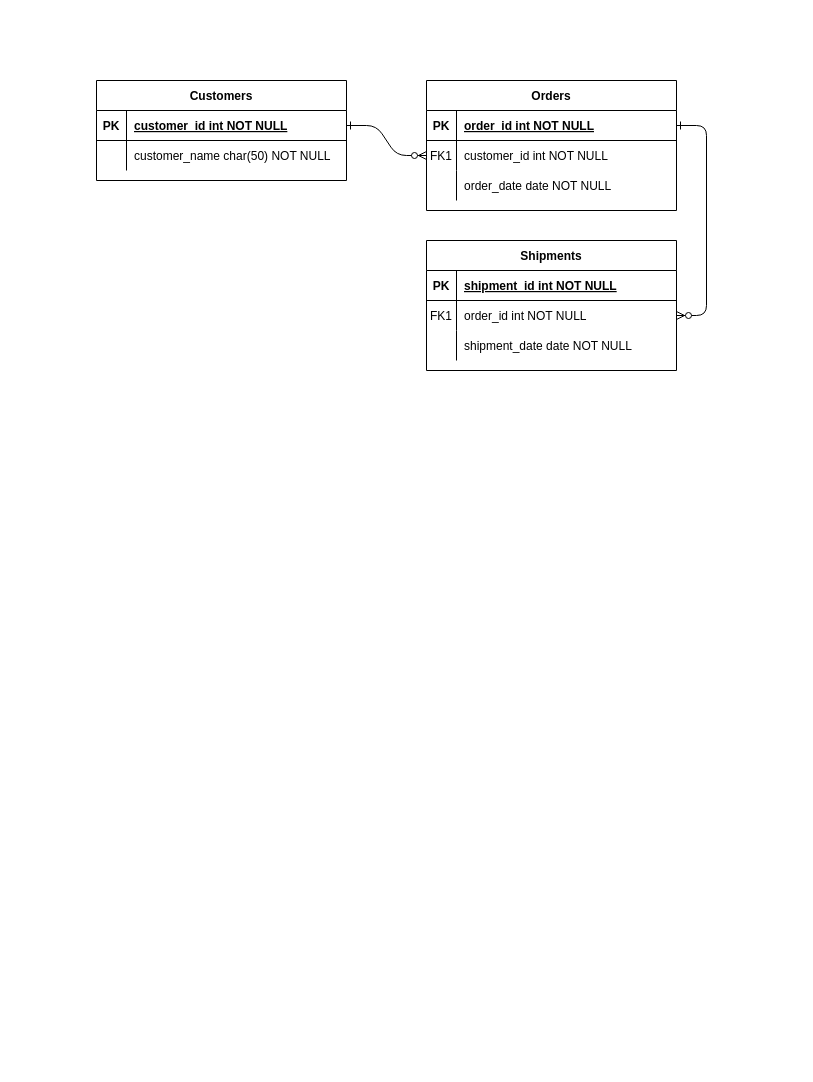
Earlier version of the draw.io diagram LightBnB.drawio (SorrenJ/LightBnB). Source tidied: cells renumbered, new cells numbered last; positions are measured from the earlier drawing's top-left corner, leaving out a move shared by most shapes. Both pictures are drawn from the tidied source at 100%, with x=0, y=0 at pixel (96, 80).
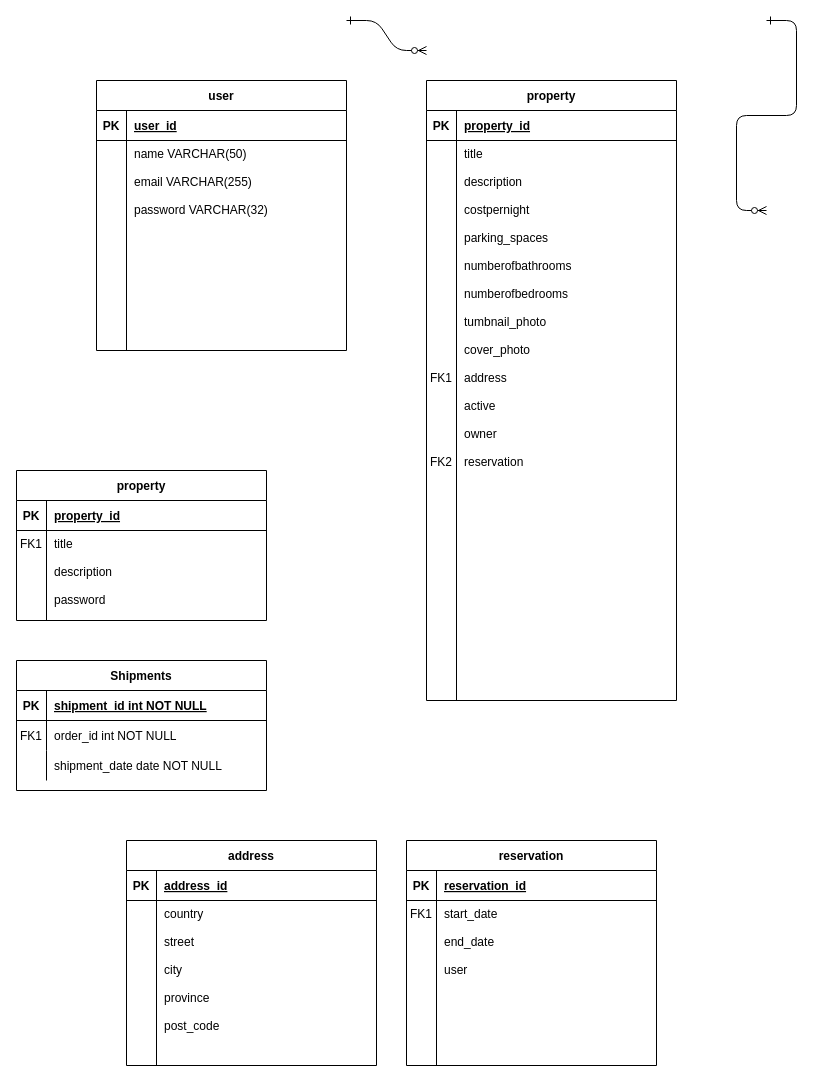
Above is the later version.

The change refers to these unchanged cells:
```xml
<mxCell id="5" style="shape=partialRectangle;fillColor=none;points=[[0,0.5],[1,0.5]];portConstraint=eastwest;top=0;left=0;right=0;bottom=1;" parent="4" vertex="1">
  <mxGeometry y="30" width="250" height="30" as="geometry" />
</mxCell>
<mxCell id="18" style="shape=partialRectangle;fillColor=none;points=[[0,0.5],[1,0.5]];portConstraint=eastwest;top=0;left=0;right=0;bottom=0;" parent="14" vertex="1">
  <mxGeometry y="60" width="250" height="30" as="geometry" />
</mxCell>
<mxCell id="25" style="shape=partialRectangle;fillColor=none;points=[[0,0.5],[1,0.5]];portConstraint=eastwest;top=0;left=0;right=0;bottom=1;" parent="24" vertex="1">
  <mxGeometry y="30" width="250" height="30" as="geometry" />
</mxCell>
```

The edit, as a diff of the source:
```diff
@@
-    <mxCell id="2" style="edgeStyle=entityRelationEdgeStyle;endArrow=ERzeroToMany;startArrow=ERone;endFill=1;startFill=0;" parent="1" edge="1" source="25" target="8">
-      <mxGeometry relative="1" as="geometry" />
+    <mxCell id="2" style="edgeStyle=entityRelationEdgeStyle;endArrow=ERzeroToMany;startArrow=ERone;endFill=1;startFill=0;" parent="1" edge="1">
+      <mxGeometry relative="1" as="geometry">
+        <mxPoint x="250" y="-60" as="sourcePoint" />
+        <mxPoint x="330" y="-30" as="targetPoint" />
+      </mxGeometry>
     </mxCell>
-    <mxCell id="3" style="edgeStyle=entityRelationEdgeStyle;endArrow=ERzeroToMany;startArrow=ERone;endFill=1;startFill=0;" parent="1" edge="1" source="5" target="18">
-      <mxGeometry relative="1" as="geometry" />
+    <mxCell id="3" style="edgeStyle=entityRelationEdgeStyle;endArrow=ERzeroToMany;startArrow=ERone;endFill=1;startFill=0;" parent="1" edge="1">
+      <mxGeometry relative="1" as="geometry">
+        <mxPoint x="670" y="-60" as="sourcePoint" />
+        <mxPoint x="670" y="130" as="targetPoint" />
+      </mxGeometry>
     </mxCell>
-    <mxCell id="4" value="Orders" style="shape=table;startSize=30;childLayout=tableLayout;rowLines=0;fontStyle=1;align=center;" parent="1" vertex="1">
-      <mxGeometry x="330" width="250" height="130" as="geometry" />
+    <mxCell id="4" value="property" style="shape=table;startSize=30;childLayout=tableLayout;rowLines=0;fontStyle=1;align=center;" parent="1" vertex="1">
+      <mxGeometry x="330" width="250" height="620" as="geometry" />
     </mxCell>
@@
-    <mxCell id="7" value="order_id int NOT NULL " style="shape=partialRectangle;overflow=hidden;fillColor=none;top=0;left=0;bottom=0;right=0;align=left;spacingLeft=6;fontStyle=5;" parent="5" vertex="1">
+    <mxCell id="7" value="property_id" style="shape=partialRectangle;overflow=hidden;fillColor=none;top=0;left=0;bottom=0;right=0;align=left;spacingLeft=6;fontStyle=5;" parent="5" vertex="1">
       <mxGeometry x="30" width="220" height="30" as="geometry" />
     </mxCell>
     <mxCell id="8" style="shape=partialRectangle;fillColor=none;points=[[0,0.5],[1,0.5]];portConstraint=eastwest;top=0;left=0;right=0;bottom=0;" parent="4" vertex="1">
-      <mxGeometry y="60" width="250" height="30" as="geometry" />
+      <mxGeometry y="60" width="250" height="560" as="geometry" />
     </mxCell>
-    <mxCell id="9" value="FK1" style="shape=partialRectangle;overflow=hidden;fillColor=none;top=0;left=0;bottom=0;right=0;" parent="8" vertex="1">
-      <mxGeometry width="30" height="30" as="geometry" />
+    <mxCell id="9" value="&#10;&#10;&#10;&#10;&#10;&#10;&#10;&#10;&#10;&#10;&#10;&#10;&#10;&#10;&#10;&#10;FK1&#10;&#10;&#10;&#10;&#10;&#10;FK2&#10;&#10;&#10;" style="shape=partialRectangle;overflow=hidden;fillColor=none;top=0;left=0;bottom=0;right=0;verticalAlign=top;" parent="8" vertex="1">
+      <mxGeometry width="30" height="560" as="geometry" />
     </mxCell>
-    <mxCell id="10" value="customer_id int NOT NULL" style="shape=partialRectangle;overflow=hidden;fillColor=none;top=0;left=0;bottom=0;right=0;align=left;spacingLeft=6;" parent="8" vertex="1">
-      <mxGeometry x="30" width="220" height="30" as="geometry" />
+    <mxCell id="10" value="title&#10;&#10;description&#10;&#10;costpernight&#10;&#10;parking_spaces&#10;&#10;numberofbathrooms&#10;&#10;numberofbedrooms&#10;&#10;tumbnail_photo&#10;&#10;cover_photo&#10;&#10;address&#10;&#10;active&#10;&#10;owner&#10;&#10;reservation&#10;&#10;" style="shape=partialRectangle;overflow=hidden;fillColor=none;top=0;left=0;bottom=0;right=0;align=left;spacingLeft=6;verticalAlign=top;" parent="8" vertex="1">
+      <mxGeometry x="30" width="220" height="560" as="geometry" />
     </mxCell>
-    <mxCell id="11" style="shape=partialRectangle;fillColor=none;top=0;left=0;right=0;bottom=0;" parent="4" vertex="1">
-      <mxGeometry y="90" width="250" height="30" as="geometry" />
-    </mxCell>
-    <mxCell id="12" style="shape=partialRectangle;overflow=hidden;fillColor=none;top=0;left=0;bottom=0;right=0;" parent="11" vertex="1">
-      <mxGeometry width="30" height="30" as="geometry" />
-    </mxCell>
-    <mxCell id="13" value="order_date date NOT NULL" style="shape=partialRectangle;overflow=hidden;fillColor=none;top=0;left=0;bottom=0;right=0;align=left;spacingLeft=6;" parent="11" vertex="1">
-      <mxGeometry x="30" width="220" height="30" as="geometry" />
-    </mxCell>
     <mxCell id="14" value="Shipments" style="shape=table;startSize=30;childLayout=tableLayout;rowLines=0;fontStyle=1;align=center;" parent="1" vertex="1">
-      <mxGeometry x="330" y="160" width="250" height="130" as="geometry" />
+      <mxGeometry x="-80" y="580" width="250" height="130" as="geometry" />
     </mxCell>
@@
-    <mxCell id="24" value="Customers" style="shape=table;startSize=30;childLayout=tableLayout;rowLines=0;fontStyle=1;align=center;" parent="1" vertex="1">
-      <mxGeometry width="250" height="100" as="geometry" />
+    <mxCell id="24" value="user" style="shape=table;startSize=30;childLayout=tableLayout;rowLines=0;fontStyle=1;align=center;" parent="1" vertex="1">
+      <mxGeometry width="250" height="270" as="geometry" />
     </mxCell>
@@
-    <mxCell id="27" value="customer_id int NOT NULL " style="shape=partialRectangle;overflow=hidden;fillColor=none;top=0;left=0;bottom=0;right=0;align=left;spacingLeft=6;fontStyle=5;" parent="25" vertex="1">
+    <mxCell id="27" value="user_id" style="shape=partialRectangle;overflow=hidden;fillColor=none;top=0;left=0;bottom=0;right=0;align=left;spacingLeft=6;fontStyle=5;" parent="25" vertex="1">
       <mxGeometry x="30" width="220" height="30" as="geometry" />
     </mxCell>
     <mxCell id="28" style="shape=partialRectangle;fillColor=none;top=0;left=0;right=0;bottom=0;" parent="24" vertex="1">
-      <mxGeometry y="60" width="250" height="30" as="geometry" />
+      <mxGeometry y="60" width="250" height="210" as="geometry" />
     </mxCell>
     <mxCell id="29" style="shape=partialRectangle;overflow=hidden;fillColor=none;top=0;left=0;bottom=0;right=0;" parent="28" vertex="1">
-      <mxGeometry width="30" height="30" as="geometry" />
+      <mxGeometry width="30" height="210" as="geometry" />
     </mxCell>
-    <mxCell id="30" value="customer_name char(50) NOT NULL" style="shape=partialRectangle;overflow=hidden;fillColor=none;top=0;left=0;bottom=0;right=0;align=left;spacingLeft=6;" parent="28" vertex="1">
-      <mxGeometry x="30" width="220" height="30" as="geometry" />
+    <mxCell id="30" value="name VARCHAR(50)&#10;&#10;email VARCHAR(255)&#10;&#10;password VARCHAR(32)&#10;&#10;&#10;&#10;&#10;" style="shape=partialRectangle;overflow=hidden;fillColor=none;top=0;left=0;bottom=0;right=0;align=left;spacingLeft=6;verticalAlign=top;" parent="28" vertex="1">
+      <mxGeometry x="30" width="220" height="210" as="geometry" />
     </mxCell>
+    <mxCell id="31" value="property" style="shape=table;startSize=30;childLayout=tableLayout;rowLines=0;fontStyle=1;align=center;" parent="1" vertex="1">
+      <mxGeometry x="-80" y="390" width="250" height="150" as="geometry" />
+    </mxCell>
+    <mxCell id="32" style="shape=partialRectangle;fillColor=none;top=0;left=0;right=0;bottom=1;" parent="31" vertex="1">
+      <mxGeometry y="30" width="250" height="30" as="geometry" />
+    </mxCell>
+    <mxCell id="33" value="PK" style="shape=partialRectangle;overflow=hidden;fillColor=none;top=0;left=0;bottom=0;right=0;fontStyle=1;" parent="32" vertex="1">
+      <mxGeometry width="30" height="30" as="geometry" />
+    </mxCell>
+    <mxCell id="34" value="property_id" style="shape=partialRectangle;overflow=hidden;fillColor=none;top=0;left=0;bottom=0;right=0;align=left;spacingLeft=6;fontStyle=5;" parent="32" vertex="1">
+      <mxGeometry x="30" width="220" height="30" as="geometry" />
+    </mxCell>
+    <mxCell id="35" style="shape=partialRectangle;fillColor=none;top=0;left=0;right=0;bottom=0;" parent="31" vertex="1">
+      <mxGeometry y="60" width="250" height="90" as="geometry" />
+    </mxCell>
+    <mxCell id="36" value="FK1" style="shape=partialRectangle;overflow=hidden;fillColor=none;top=0;left=0;bottom=0;right=0;verticalAlign=top;" parent="35" vertex="1">
+      <mxGeometry width="30" height="90" as="geometry" />
+    </mxCell>
+    <mxCell id="37" value="title&#10;&#10;description&#10;&#10;password" style="shape=partialRectangle;overflow=hidden;fillColor=none;top=0;left=0;bottom=0;right=0;align=left;spacingLeft=6;verticalAlign=top;" parent="35" vertex="1">
+      <mxGeometry x="30" width="220" height="90" as="geometry" />
+    </mxCell>
+    <mxCell id="38" value="address" style="shape=table;startSize=30;childLayout=tableLayout;rowLines=0;fontStyle=1;align=center;" parent="1" vertex="1">
+      <mxGeometry x="30" y="760" width="250" height="225" as="geometry" />
+    </mxCell>
+    <mxCell id="39" style="shape=partialRectangle;fillColor=none;top=0;left=0;right=0;bottom=1;" parent="38" vertex="1">
+      <mxGeometry y="30" width="250" height="30" as="geometry" />
+    </mxCell>
+    <mxCell id="40" value="PK" style="shape=partialRectangle;overflow=hidden;fillColor=none;top=0;left=0;bottom=0;right=0;fontStyle=1;" parent="39" vertex="1">
+      <mxGeometry width="30" height="30" as="geometry" />
+    </mxCell>
+    <mxCell id="41" value="address_id" style="shape=partialRectangle;overflow=hidden;fillColor=none;top=0;left=0;bottom=0;right=0;align=left;spacingLeft=6;fontStyle=5;" parent="39" vertex="1">
+      <mxGeometry x="30" width="220" height="30" as="geometry" />
+    </mxCell>
+    <mxCell id="42" style="shape=partialRectangle;fillColor=none;top=0;left=0;right=0;bottom=0;" parent="38" vertex="1">
+      <mxGeometry y="60" width="250" height="165" as="geometry" />
+    </mxCell>
+    <mxCell id="43" style="shape=partialRectangle;overflow=hidden;fillColor=none;top=0;left=0;bottom=0;right=0;verticalAlign=top;" parent="42" vertex="1">
+      <mxGeometry width="30" height="165" as="geometry" />
+    </mxCell>
+    <mxCell id="44" value="country&#10;&#10;street&#10;&#10;city&#10;&#10;province&#10;&#10;post_code" style="shape=partialRectangle;overflow=hidden;fillColor=none;top=0;left=0;bottom=0;right=0;align=left;spacingLeft=6;verticalAlign=top;" parent="42" vertex="1">
+      <mxGeometry x="30" width="220" height="165" as="geometry" />
+    </mxCell>
+    <mxCell id="45" value="reservation" style="shape=table;startSize=30;childLayout=tableLayout;rowLines=0;fontStyle=1;align=center;" parent="1" vertex="1">
+      <mxGeometry x="310" y="760" width="250" height="225" as="geometry" />
+    </mxCell>
+    <mxCell id="46" style="shape=partialRectangle;fillColor=none;top=0;left=0;right=0;bottom=1;" parent="45" vertex="1">
+      <mxGeometry y="30" width="250" height="30" as="geometry" />
+    </mxCell>
+    <mxCell id="47" value="PK" style="shape=partialRectangle;overflow=hidden;fillColor=none;top=0;left=0;bottom=0;right=0;fontStyle=1;" parent="46" vertex="1">
+      <mxGeometry width="30" height="30" as="geometry" />
+    </mxCell>
+    <mxCell id="48" value="reservation_id" style="shape=partialRectangle;overflow=hidden;fillColor=none;top=0;left=0;bottom=0;right=0;align=left;spacingLeft=6;fontStyle=5;" parent="46" vertex="1">
+      <mxGeometry x="30" width="220" height="30" as="geometry" />
+    </mxCell>
+    <mxCell id="49" style="shape=partialRectangle;fillColor=none;top=0;left=0;right=0;bottom=0;" parent="45" vertex="1">
+      <mxGeometry y="60" width="250" height="165" as="geometry" />
+    </mxCell>
+    <mxCell id="50" value="FK1" style="shape=partialRectangle;overflow=hidden;fillColor=none;top=0;left=0;bottom=0;right=0;verticalAlign=top;" parent="49" vertex="1">
+      <mxGeometry width="30" height="165" as="geometry" />
+    </mxCell>
+    <mxCell id="51" value="start_date&#10;&#10;end_date&#10;&#10;user" style="shape=partialRectangle;overflow=hidden;fillColor=none;top=0;left=0;bottom=0;right=0;align=left;spacingLeft=6;verticalAlign=top;" parent="49" vertex="1">
+      <mxGeometry x="30" width="220" height="165" as="geometry" />
+    </mxCell>
```
